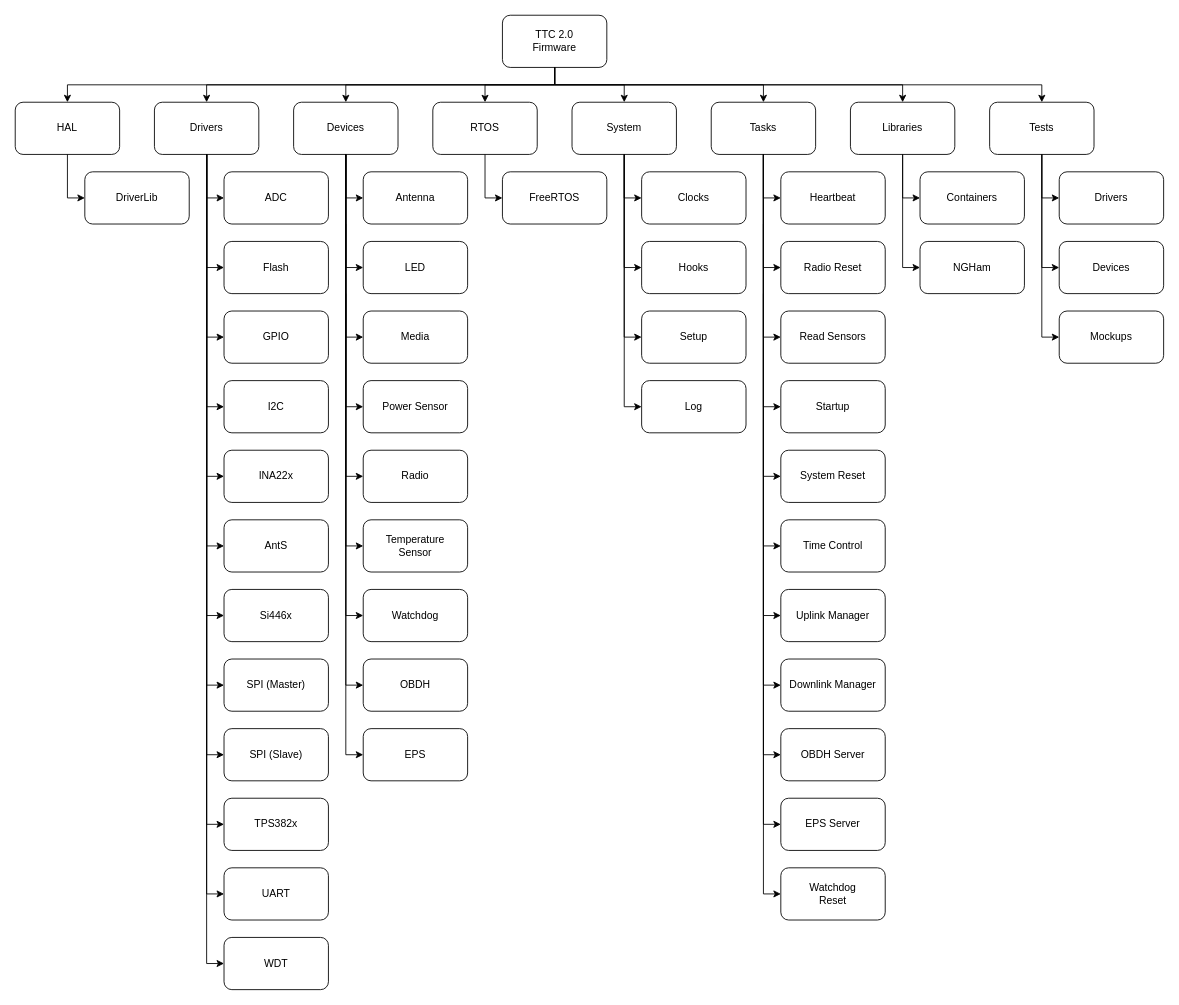
This is doc/user_manual/figures/product-tree-fw.drawio from spacelab-ufsc/ttc2, a draw.io file, before an edit. Source tidied: cells renumbered, new cells numbered last; positions are measured from the earlier drawing's top-left corner, leaving out a move shared by most shapes. Both pictures are drawn from the tidied source at 87%, with x=0, y=0 at pixel (15, 15).
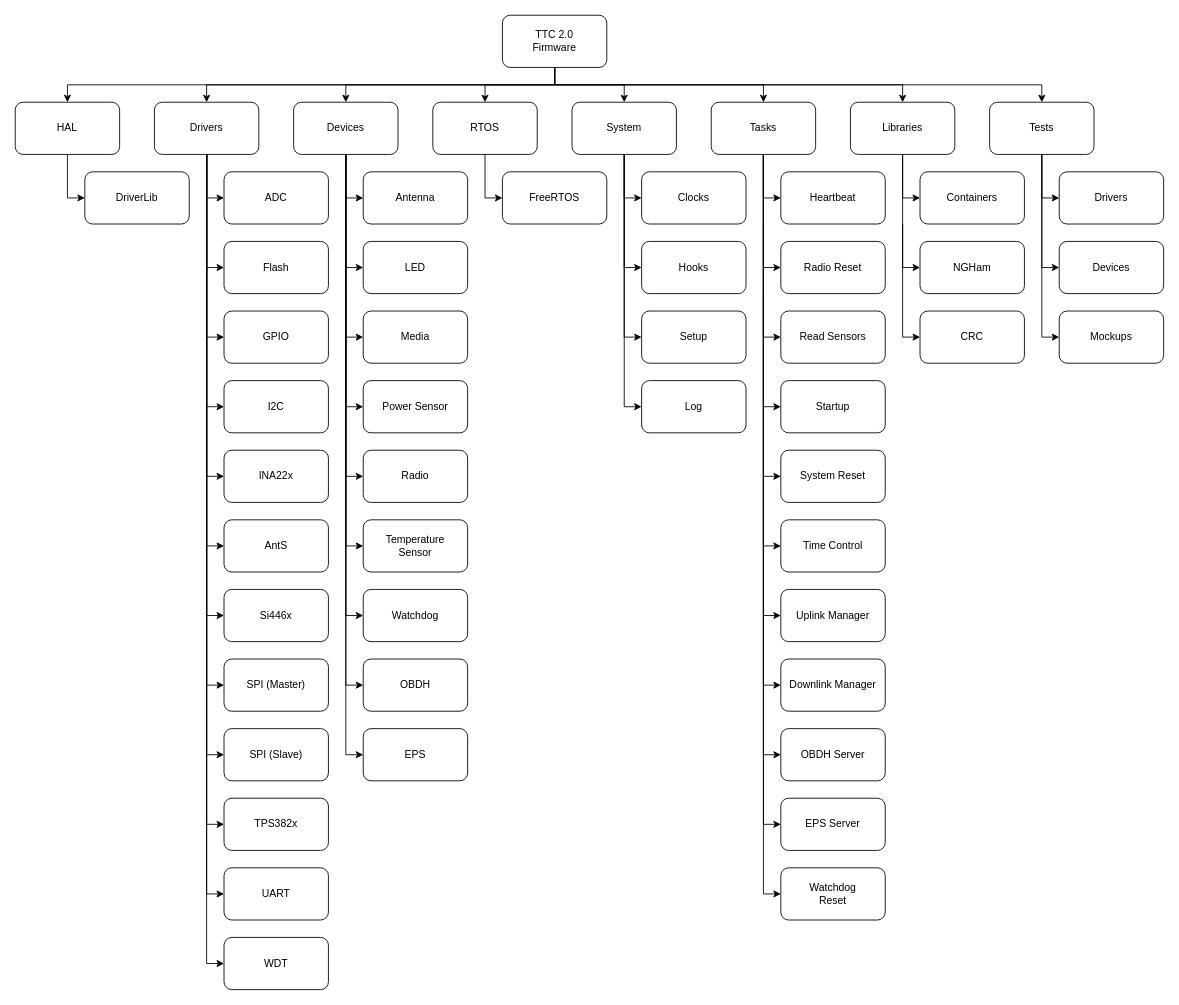
Above is the later version.

Diff of the diagram source:
```diff
@@
+    <mxCell id="105" value="CRC" style="rounded=1;whiteSpace=wrap;html=1;" parent="1" vertex="1">
+      <mxGeometry x="1040" y="340" width="120" height="60" as="geometry" />
+    </mxCell>
+    <mxCell id="106" style="endArrow=classic;html=1;rounded=0;exitX=0.5;exitY=1;exitDx=0;exitDy=0;entryX=0;entryY=0.5;entryDx=0;entryDy=0;" parent="1" edge="1">
+      <mxGeometry relative="1" as="geometry">
+        <mxPoint x="1020" y="240" as="sourcePoint" />
+        <mxPoint x="1040" y="370" as="targetPoint" />
+        <Array as="points">
+          <mxPoint x="1020" y="370" />
+        </Array>
+      </mxGeometry>
+    </mxCell>
```
